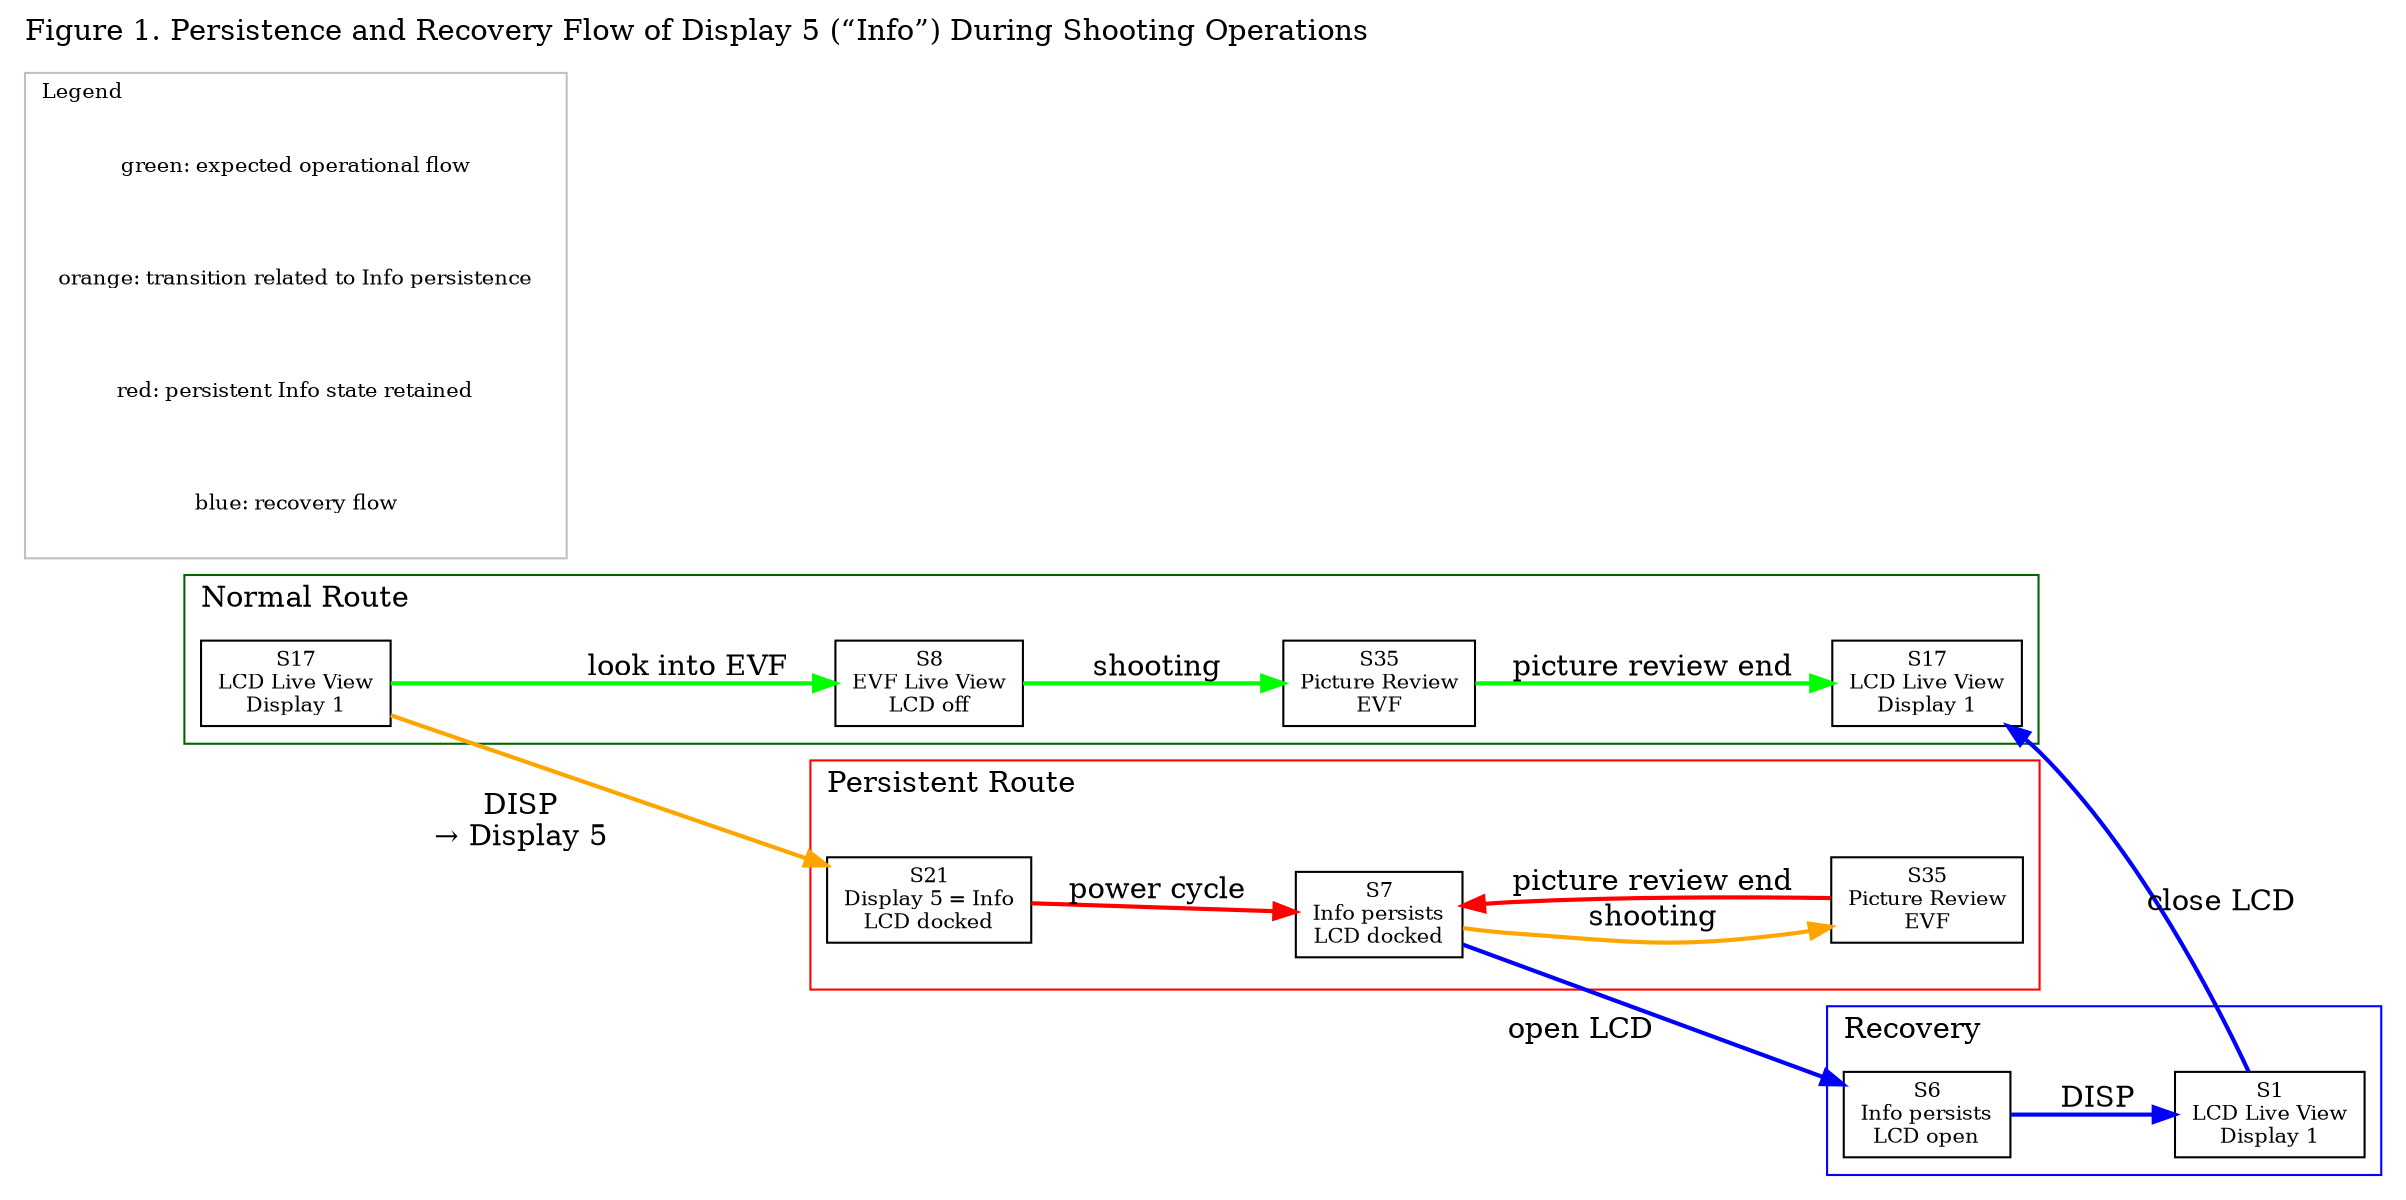
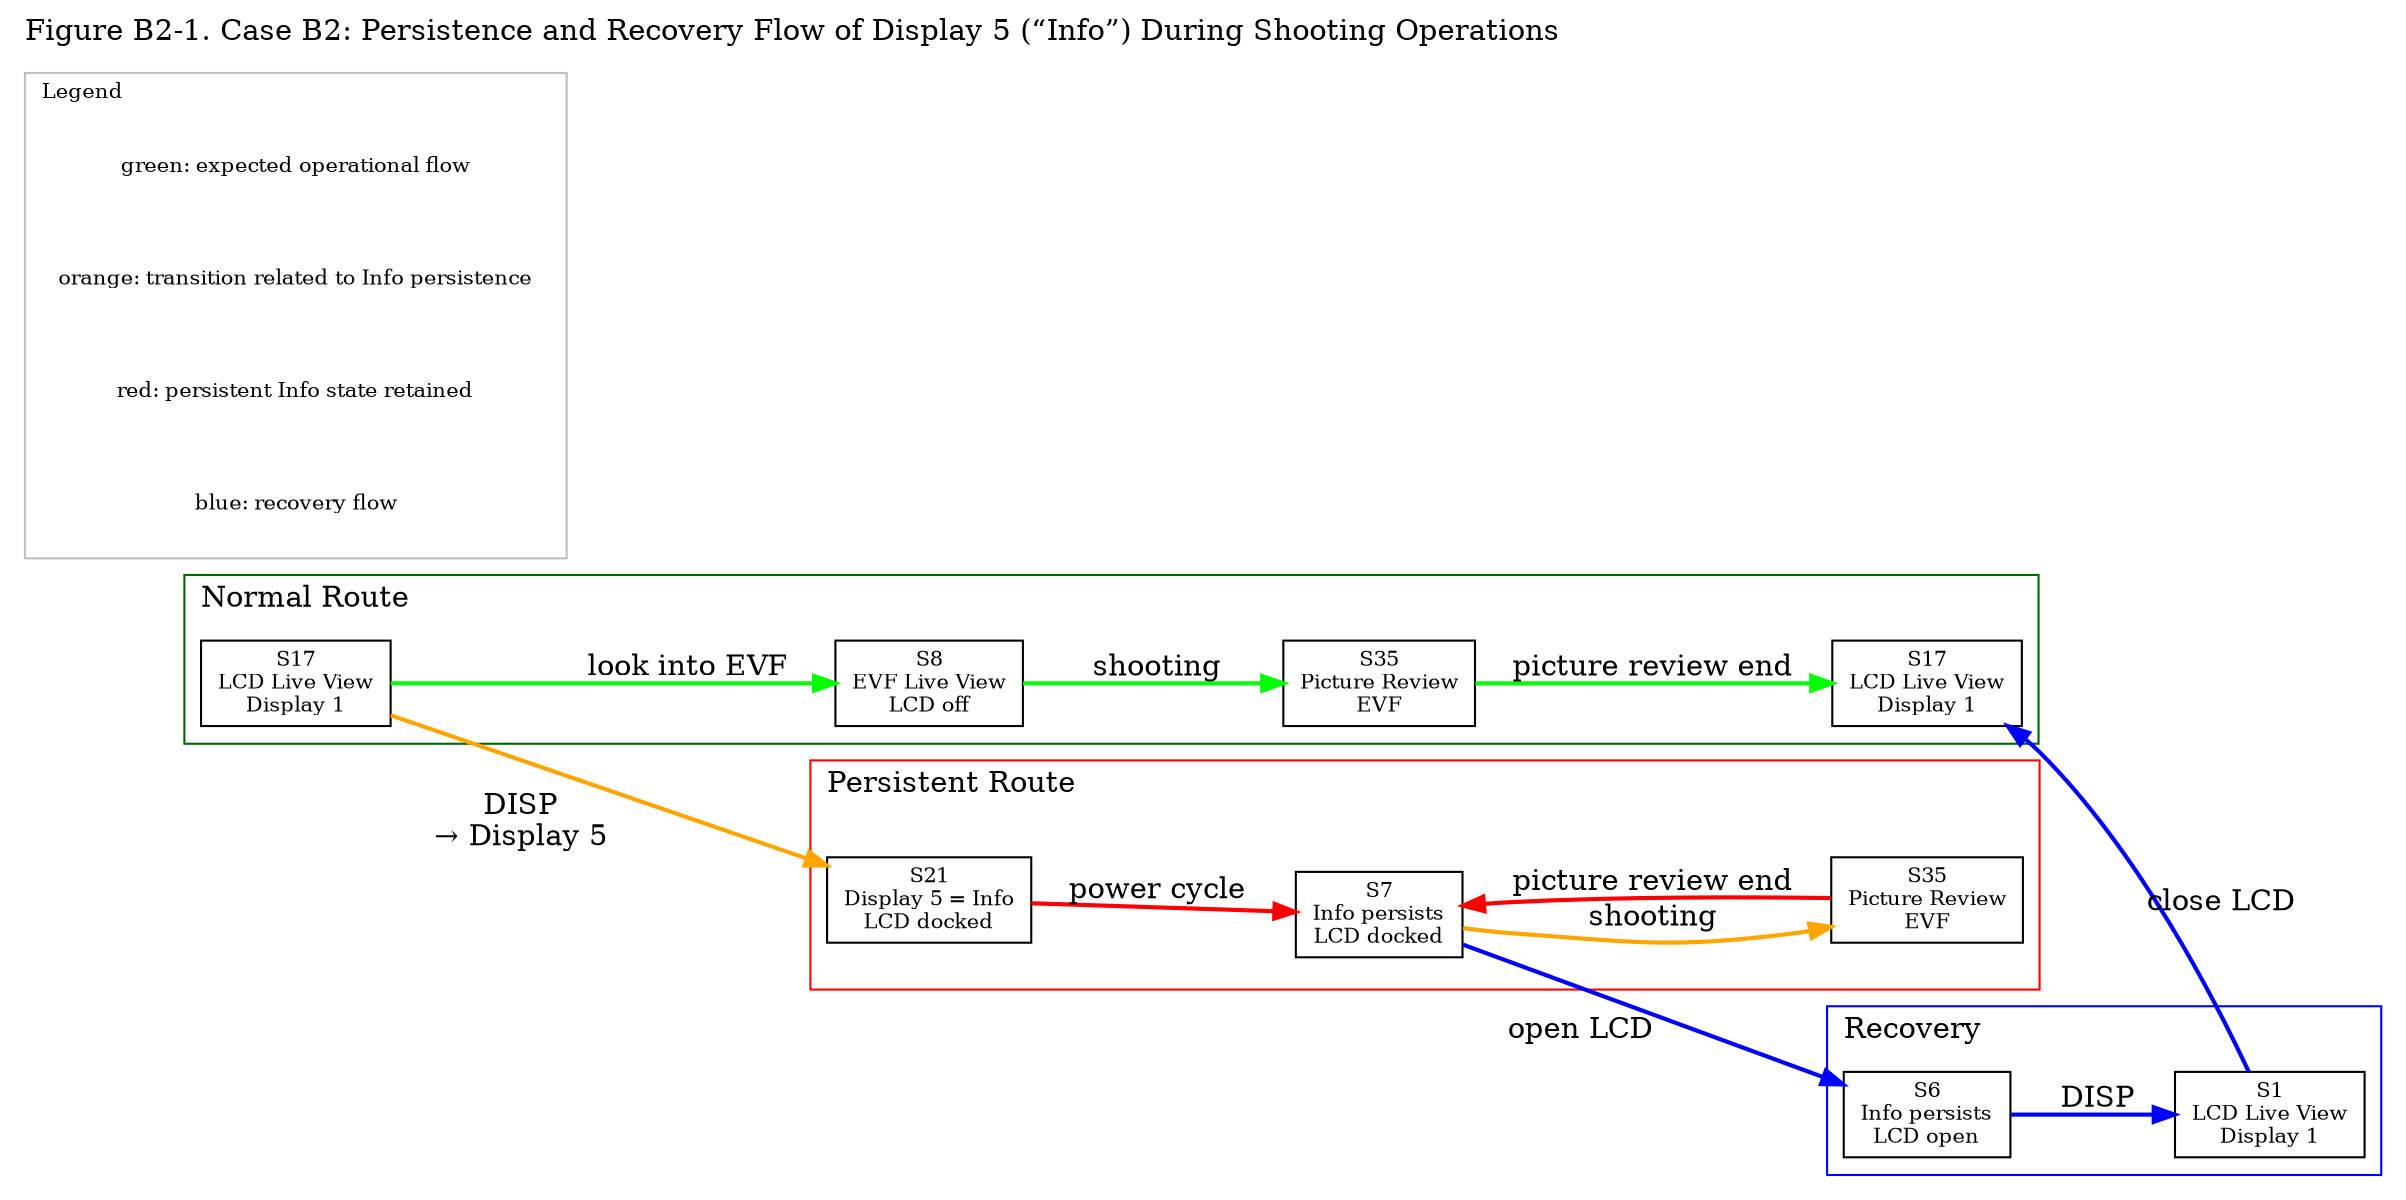
digraph B2_Figure1 {
-     label="Figure 1. Persistence and Recovery Flow of Display 5 (“Info”) During Shooting Operations";
+     label="Figure B2-1. Case B2: Persistence and Recovery Flow of Display 5 (“Info”) During Shooting Operations";
    labelloc="t";
    labeljust="l";
    rankdir=LR;
    node [shape=box, fontsize=10];

    S17_L [label="S17\nLCD Live View\nDisplay 1"];
    S17_R [label="S17\nLCD Live View\nDisplay 1"];
    S8  [label="S8\nEVF Live View\nLCD off"];
    S21   [label="S21\nDisplay 5 = Info\nLCD docked"];
    S7    [label="S7\nInfo persists\nLCD docked"];
    S6    [label="S6\nInfo persists\nLCD open"];
    S1    [label="S1\nLCD Live View\nDisplay 1"];
    S35_L [label="S35\nPicture Review\nEVF"];
    S35_R [label="S35\nPicture Review\nEVF"];

    subgraph cluster_normal {
        label="Normal Route";
        color="darkgreen";
        S17_L -> S8  [label="look into EVF", color="green", penwidth=2];
        S8  -> S35_L [label="shooting", color="green", penwidth=2];
        S35_L -> S17_R [label="picture review end", color="green", penwidth=2];
    }

    subgraph cluster_persistent {
        label="Persistent Route";
        color="red";
        S17_L -> S21   [xlabel="DISP\n→ Display 5", color="orange", penwidth=2];
        S21   -> S7    [label="power cycle", color="red", penwidth=2];
        S7    -> S35_R [label="shooting", color="orange", penwidth=2];
        S35_R -> S7    [label="picture review end", color="red", penwidth=2];
    }

    subgraph cluster_recovery {
        label="Recovery";
        color="blue";
        S7 -> S6    [xlabel="open LCD", color="blue", penwidth=2];
        S6 -> S1    [label="DISP", color="blue", penwidth=2];
        S1 -> S17_R [xlabel="close LCD", color="blue", penwidth=2];
    }

    subgraph cluster_legend {
        label="Legend";
        fontsize=10;
        color="gray";
key_expected [label="green: expected operational flow", shape=plaintext]
key_persist_transition [label="orange: transition related to Info persistence", shape=plaintext]
key_persist_state [label="red: persistent Info state retained", shape=plaintext]
key_recovery [label="blue: recovery flow", shape=plaintext]
    }
}